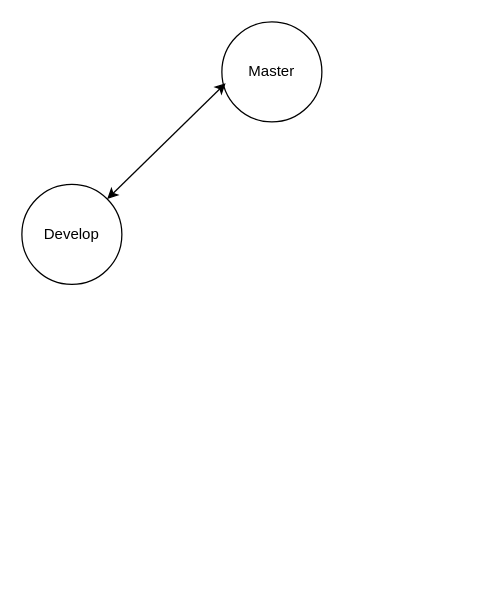
Above: Propsed Branching.drawio in anshuldevmehta/RandomDiagrams (draw.io), before the change. Source tidied: cells renumbered, new cells numbered last; positions are measured from the earlier drawing's top-left corner, leaving out a move shared by most shapes. Both pictures are drawn from the tidied source at 125%, with x=0, y=0 at pixel (21, 21).
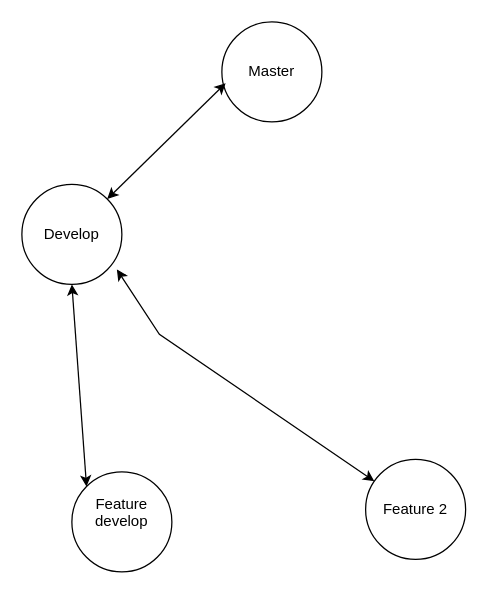
Above is the later version.

Diff of the diagram source:
```diff
@@
 <mxGraphModel>
   <root>
     <mxCell id="0" />
     <mxCell id="1" parent="0" />
     <mxCell id="2" value="Master" style="ellipse;whiteSpace=wrap;html=1;" parent="1" vertex="1">
       <mxGeometry x="160" width="80" height="80" as="geometry" />
     </mxCell>
     <mxCell id="3" value="Develop" style="ellipse;whiteSpace=wrap;html=1;" parent="1" vertex="1">
       <mxGeometry y="130" width="80" height="80" as="geometry" />
     </mxCell>
     <mxCell id="4" style="endArrow=classic;startArrow=classic;html=1;rounded=0;exitX=1;exitY=0;exitDx=0;exitDy=0;entryX=0.038;entryY=0.613;entryDx=0;entryDy=0;entryPerimeter=0;" parent="1" edge="1" source="3" target="2">
       <mxGeometry relative="1" as="geometry" />
     </mxCell>
+    <mxCell id="5" value="&lt;div&gt;Feature develop&lt;/div&gt;&lt;div&gt;&lt;br&gt;&lt;/div&gt;" style="ellipse;whiteSpace=wrap;html=1;" parent="1" vertex="1">
+      <mxGeometry x="40" y="360" width="80" height="80" as="geometry" />
+    </mxCell>
+    <mxCell id="6" style="endArrow=classic;startArrow=classic;html=1;rounded=0;exitX=0;exitY=0;exitDx=0;exitDy=0;entryX=0.038;entryY=0.613;entryDx=0;entryDy=0;entryPerimeter=0;" parent="1" edge="1" source="5">
+      <mxGeometry relative="1" as="geometry">
+        <mxPoint x="40" y="210" as="targetPoint" />
+      </mxGeometry>
+    </mxCell>
+    <mxCell id="7" value="Feature 2" style="ellipse;whiteSpace=wrap;html=1;" parent="1" vertex="1">
+      <mxGeometry x="275" y="350" width="80" height="80" as="geometry" />
+    </mxCell>
+    <mxCell id="8" style="endArrow=classic;startArrow=classic;html=1;rounded=0;entryX=0.95;entryY=0.85;entryDx=0;entryDy=0;entryPerimeter=0;" parent="1" edge="1" source="7" target="3">
+      <mxGeometry relative="1" as="geometry">
+        <Array as="points">
+          <mxPoint x="110" y="250" />
+        </Array>
+      </mxGeometry>
+    </mxCell>
   </root>
 </mxGraphModel>
```
